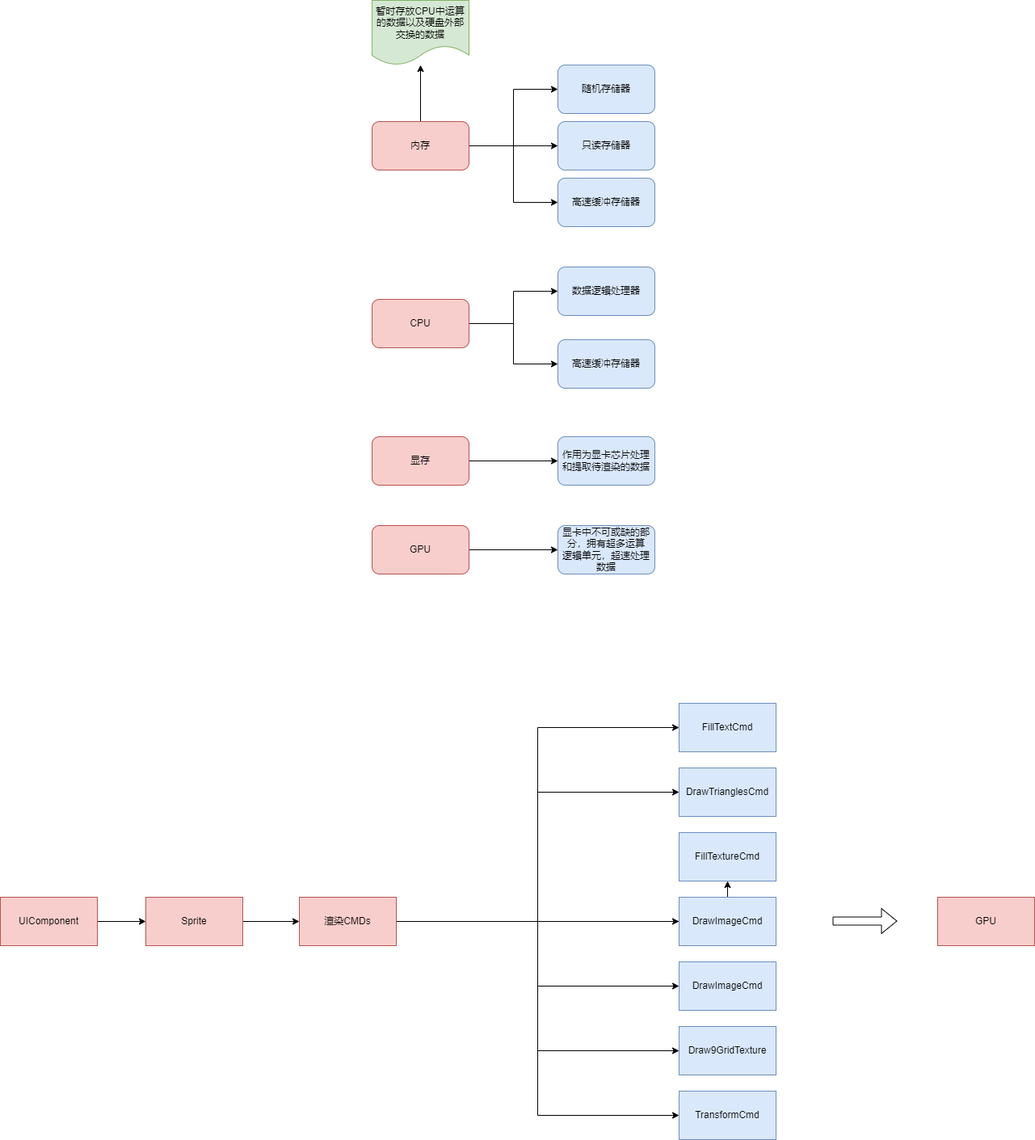
This is 未命名绘图.drawio.png from nikeoboy/mahjong, a draw.io export, as it was before one commit. Source tidied: cells renumbered, new cells last; positions are measured from the earlier drawing's top-left corner, leaving out a move shared by most shapes.
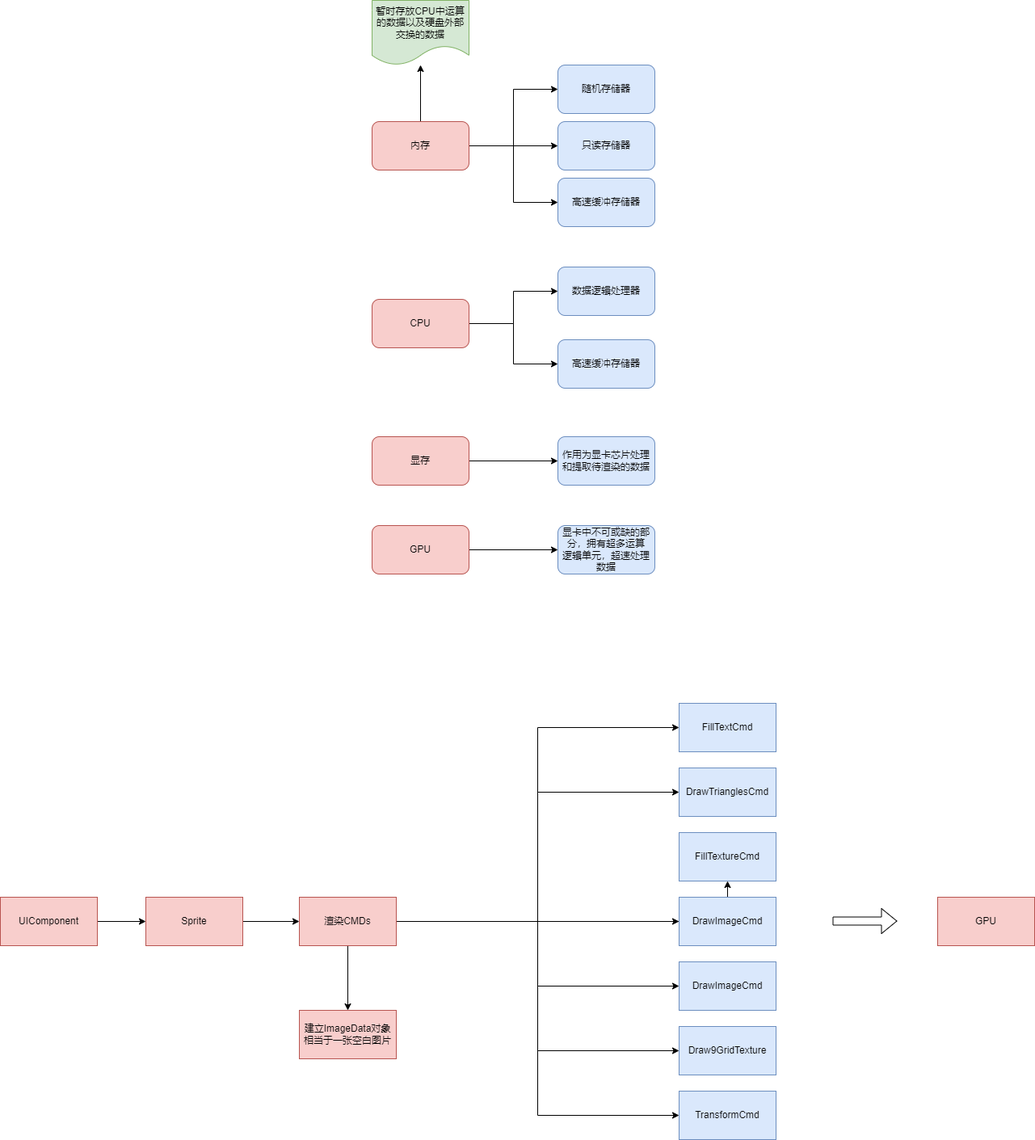
After the commit.

Commit message:
更新未命名绘图.drawio.png

What changed in the source:
```diff
@@ -83,6 +83,9 @@
     <mxCell id="28" style="edgeStyle=orthogonalEdgeStyle;rounded=0;jettySize=auto;html=1;exitX=1;exitY=0.5;exitDx=0;exitDy=0;entryX=0;entryY=0.5;entryDx=0;entryDy=0;" parent="1" edge="1" source="29" target="38">
       <mxGeometry relative="1" as="geometry" />
     </mxCell>
+    <mxCell id="43" style="edgeStyle=orthogonalEdgeStyle;rounded=0;jettySize=auto;html=1;" parent="1" edge="1" source="29" target="44">
+      <mxGeometry relative="1" as="geometry" />
+    </mxCell>
     <mxCell id="29" value="渲染CMDs" style="rounded=0;whiteSpace=wrap;html=1;fillColor=#f8cecc;strokeColor=#b85450;" parent="1" vertex="1">
       <mxGeometry x="370" y="1110" width="120" height="60" as="geometry" />
     </mxCell>
@@ -128,5 +131,8 @@
     <mxCell id="42" value="Sprite" style="whiteSpace=wrap;html=1;fillColor=#f8cecc;strokeColor=#b85450;rounded=0;" parent="1" vertex="1">
       <mxGeometry x="180" y="1110" width="120" height="60" as="geometry" />
     </mxCell>
+    <mxCell id="44" value="建立ImageData对象&lt;br&gt;相当于一张空白图片" style="whiteSpace=wrap;html=1;fillColor=#f8cecc;strokeColor=#b85450;rounded=0;" parent="1" vertex="1">
+      <mxGeometry x="370" y="1250" width="120" height="60" as="geometry" />
+    </mxCell>
   </root>
 </mxGraphModel>
```
